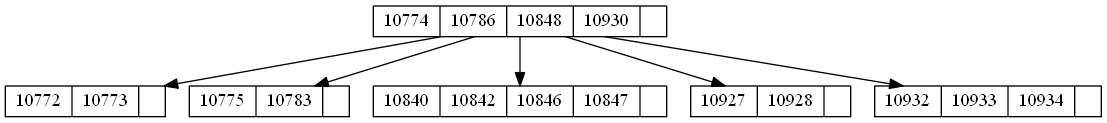
Earlier version of the Graphviz export Graphics/Informativos.png (Guillermo-O-C/EDD_1S20200_PY2_201801366). Its source is kept beside it as TextFiles/Informativos.dot.
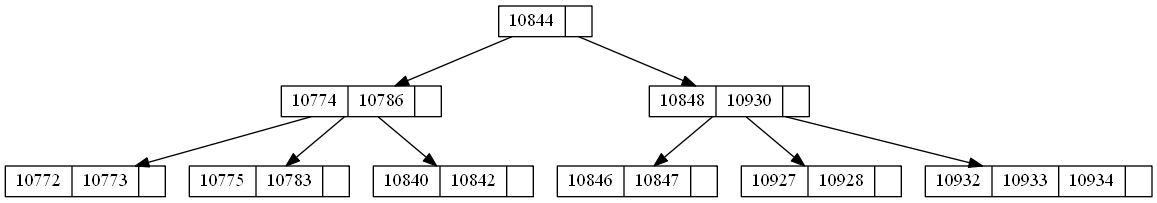
After the commit.

Diff of the diagram source:
```diff
@@ -1,13 +1,19 @@
 digraph G {
- node [shape = record,height=.1];10774->10772;
+ node [shape = record,height=.1];10844->10774;
+10774->10772;
 10774->10775;
 10774->10840;
-10774->10927;
-10774->10932;
-10774[label = "<f0>10774|<f1>10786|<f2>10848|<f3>10930|"];
+10844->10848;
+10848->10846;
+10848->10927;
+10848->10932;
+10844[label = "<f0>10844|"];
+10774[label = "<f0>10774|<f1>10786|"];
 10772[label = "<f0>10772|<f1>10773|"];
 10775[label = "<f0>10775|<f1>10783|"];
-10840[label = "<f0>10840|<f1>10842|<f2>10846|<f3>10847|"];
+10840[label = "<f0>10840|<f1>10842|"];
+10848[label = "<f0>10848|<f1>10930|"];
+10846[label = "<f0>10846|<f1>10847|"];
 10927[label = "<f0>10927|<f1>10928|"];
 10932[label = "<f0>10932|<f1>10933|<f2>10934|"];
 }
```
